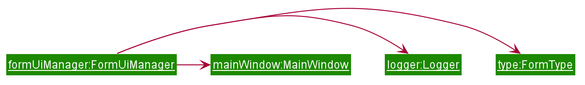
Above: docs/images/FormUiManagerObjectDiagram.png in AY1920S1-CS2103T-T13-1/main (PlantUML), before the change. Source of this version:
```plantuml
@startuml








skinparam BackgroundColor #FFFFFFF

skinparam Shadowing false

skinparam Class {
    FontColor #FFFFFF
    BorderThickness 1
    BorderColor #FFFFFF
    StereotypeFontColor #FFFFFF
    FontName Arial
}

skinparam Actor {
    BorderColor #000000
    Color #000000
    FontName Arial
}

skinparam Sequence {
    MessageAlign center
    BoxFontSize 15
    BoxPadding 0
    BoxFontColor #FFFFFF
    FontName Arial
}

skinparam Participant {
    FontColor #FFFFFFF
    Padding 20
}

skinparam MinClassWidth 50
skinparam ParticipantPadding 10
skinparam Shadowing false
skinparam DefaultTextAlignment center
skinparam packageStyle Rectangle

hide footbox
hide members
hide circle
skinparam classBackgroundColor #1D8900

class "<u>formUiManager:FormUiManager"

"<u>formUiManager:FormUiManager" -> "<u>type:FormType"
"<u>formUiManager:FormUiManager" -> "<u>logger:Logger"
"<u>formUiManager:FormUiManager" -> "<u>mainWindow:MainWindow"
@enduml
```
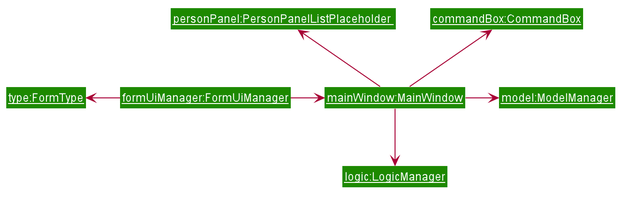
After the change.

Diff of the diagram source:
```diff
@@ -51,7 +51,11 @@
 
 class "<u>formUiManager:FormUiManager"
 
-"<u>formUiManager:FormUiManager" -> "<u>type:FormType"
-"<u>formUiManager:FormUiManager" -> "<u>logger:Logger"
+"<u>formUiManager:FormUiManager" -left> "<u>type:FormType"
+"<u>mainWindow:MainWindow" --up> "<u>commandBox:CommandBox"
+"<u>mainWindow:MainWindow" --up> "<u>personPanel:PersonPanelListPlaceholder "
+"<u>mainWindow:MainWindow" --down> "<u>logic:LogicManager"
+"<u>mainWindow:MainWindow" -right> "<u>model:ModelManager"
 "<u>formUiManager:FormUiManager" -> "<u>mainWindow:MainWindow"
+
 @enduml
```
